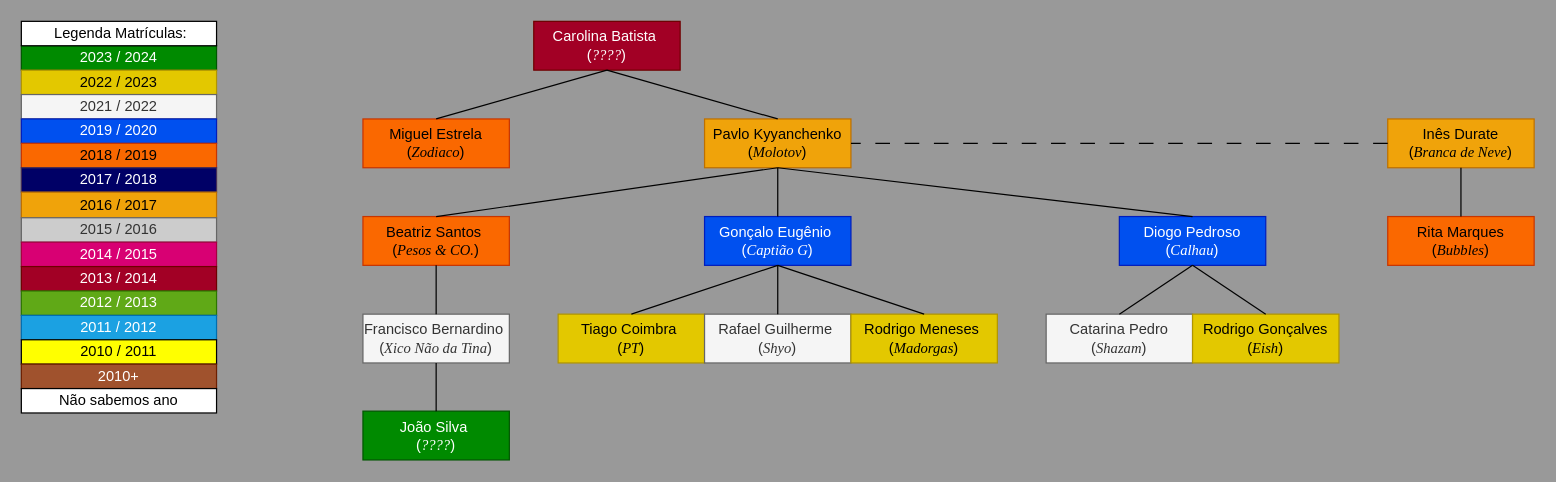
Above: Draw.io/Familia_da_Carolina_Batista.drawio in pdmtmr/PDMTMRTESTLOCATION-AKA-ARBUSTO (draw.io), before the change. Source tidied: cells renumbered, new cells numbered last; positions are measured from the earlier drawing's top-left corner, leaving out a move shared by most shapes. Both pictures are drawn from the tidied source at 122%, with x=0, y=0 at pixel (21, 21).
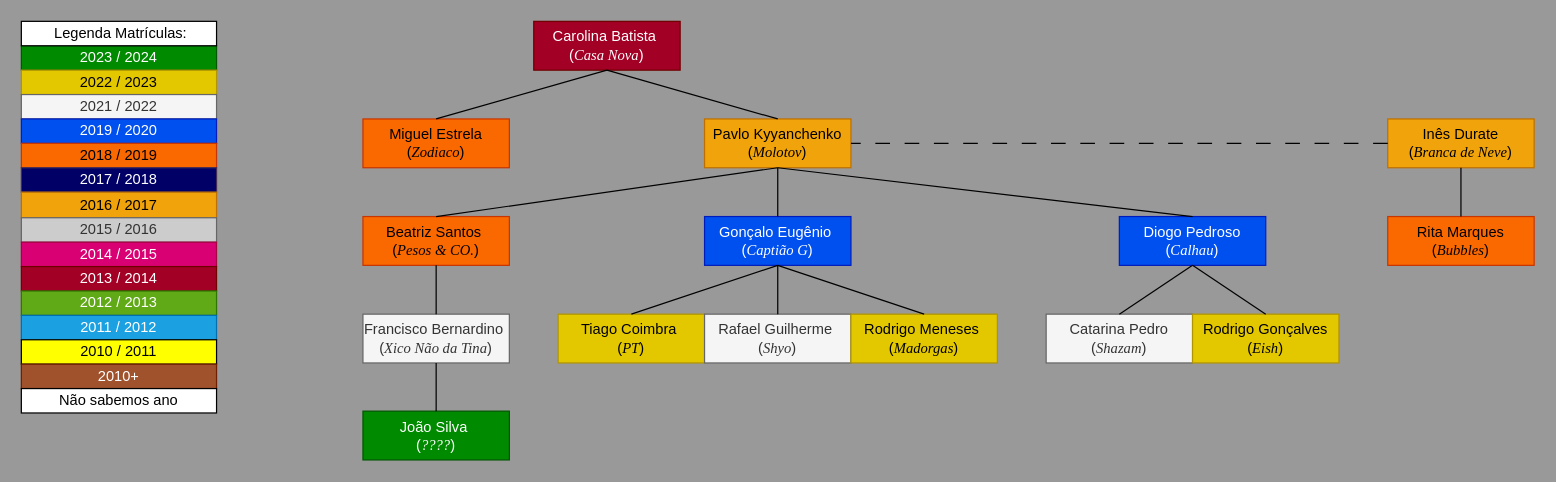
After the change.

Commit message:
Nome de praxe C.Batista

Diff of the diagram source:
```diff
@@
-    <mxCell id="36" value="&lt;div&gt;Carolina Batista&amp;nbsp;&lt;/div&gt;&lt;div&gt;(&lt;i&gt;&lt;font face=&quot;Times New Roman&quot;&gt;????&lt;/font&gt;&lt;/i&gt;)&lt;/div&gt;" style="rounded=0;whiteSpace=wrap;html=1;fillColor=#a20025;fontColor=#ffffff;strokeColor=#6F0000;" parent="1" vertex="1">
+    <mxCell id="36" value="&lt;div&gt;Carolina Batista&amp;nbsp;&lt;/div&gt;&lt;div&gt;(&lt;font face=&quot;Times New Roman&quot;&gt;&lt;i&gt;Casa Nova&lt;/i&gt;&lt;/font&gt;)&lt;/div&gt;" style="rounded=0;whiteSpace=wrap;html=1;fillColor=#a20025;fontColor=#ffffff;strokeColor=#6F0000;" parent="1" vertex="1">
       <mxGeometry x="420" width="120" height="40" as="geometry" />
     </mxCell>
```
